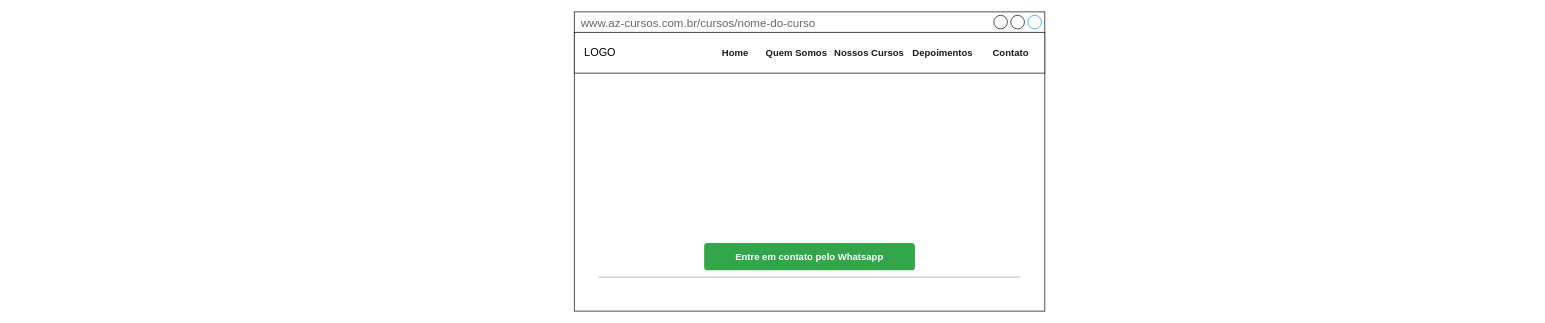
angelianosousa/web_money keeps this draw.io diagram as page "Page-4" (4 of 4) of Untitled Diagram.drawio. Above is the earlier version. Source tidied: cells renumbered, new cells numbered last; positions are measured from the earlier drawing's top-left corner, leaving out a move shared by most shapes. Both pictures are drawn from the tidied source at 68%, with x=0, y=0 at pixel (574, 12).
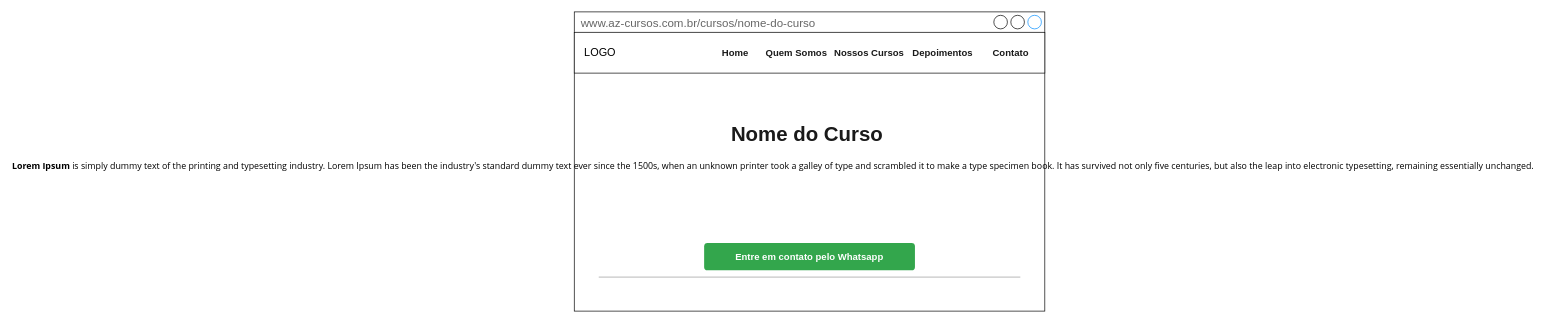
After the change.

Commit message:
Mockup AzCursos

What changed in the source:
```diff
@@
 <mxGraphModel>
   <root>
     <mxCell id="0" />
     <mxCell id="1" parent="0" />
     <mxCell id="2" value="www.az-cursos.com.br/cursos/nome-do-curso" style="strokeWidth=1;shadow=0;dashed=0;align=center;html=1;shape=mxgraph.mockup.containers.window;align=left;verticalAlign=top;spacingLeft=8;strokeColor2=#008cff;strokeColor3=#c4c4c4;fontColor=#666666;mainText=;fontSize=17;labelBackgroundColor=none;" parent="1" vertex="1">
       <mxGeometry width="692" height="440" as="geometry" />
     </mxCell>
     <mxCell id="3" style="verticalLabelPosition=bottom;shadow=0;dashed=0;align=center;html=1;verticalAlign=top;strokeWidth=1;shape=mxgraph.mockup.markup.line;strokeColor=#999999;" parent="1" vertex="1">
       <mxGeometry x="36" y="380" width="620" height="20" as="geometry" />
     </mxCell>
     <mxCell id="4" value="Entre em contato pelo Whatsapp" style="html=1;shadow=0;dashed=0;shape=mxgraph.bootstrap.rrect;rSize=5;strokeColor=none;strokeWidth=1;fillColor=#33A64C;fontColor=#FFFFFF;whiteSpace=wrap;align=center;verticalAlign=middle;spacingLeft=0;fontStyle=1;fontSize=14;spacing=5;" parent="1" vertex="1">
       <mxGeometry x="191" y="340" width="310" height="40" as="geometry" />
     </mxCell>
     <mxCell id="5" value="LOGO" style="html=1;shadow=0;dashed=0;fontSize=16;align=left;spacing=15;" parent="1" vertex="1">
       <mxGeometry y="30" width="692" height="60" as="geometry" />
     </mxCell>
     <mxCell id="6" value="Home" style="fillColor=none;strokeColor=none;fontSize=14;fontColor=#1A1A1A;align=center;fontStyle=1;" parent="5" vertex="1">
       <mxGeometry width="70" height="40" relative="1" as="geometry">
         <mxPoint x="202" y="10" as="offset" />
       </mxGeometry>
     </mxCell>
     <mxCell id="7" value="Depoimentos" style="fillColor=none;strokeColor=none;fontSize=14;fontColor=#1A1A1A;align=center;fontStyle=1;" parent="5" vertex="1">
       <mxGeometry width="100" height="40" relative="1" as="geometry">
         <mxPoint x="492" y="10" as="offset" />
       </mxGeometry>
     </mxCell>
     <mxCell id="8" value="Quem Somos" style="fillColor=none;strokeColor=none;fontSize=14;fontColor=#1A1A1A;align=center;spacingRight=0;fontStyle=1;" parent="5" vertex="1">
       <mxGeometry width="90" height="40" relative="1" as="geometry">
         <mxPoint x="282" y="10" as="offset" />
       </mxGeometry>
     </mxCell>
     <mxCell id="9" value="Contato" style="fillColor=none;strokeColor=none;fontSize=14;fontColor=#1A1A1A;align=center;fontStyle=1;" parent="5" vertex="1">
       <mxGeometry width="80" height="40" relative="1" as="geometry">
         <mxPoint x="602" y="10" as="offset" />
       </mxGeometry>
     </mxCell>
     <mxCell id="10" value="Nossos Cursos" style="fillColor=none;strokeColor=none;fontSize=14;fontColor=#1A1A1A;align=center;spacingRight=0;fontStyle=1;" parent="5" vertex="1">
       <mxGeometry x="382" y="10" width="103.8" height="40" as="geometry" />
     </mxCell>
+    <mxCell id="11" value="&lt;b style=&quot;font-size: 30px;&quot;&gt;Nome do Curso&lt;/b&gt;" style="text;html=1;align=center;verticalAlign=middle;fillColor=none;strokeColor=none;rounded=0;fontSize=30;fontColor=#1A1A1A;" parent="1" vertex="1">
+      <mxGeometry x="222" y="160" width="240" height="40" as="geometry" />
+    </mxCell>
+    <mxCell id="12" value="&lt;font style=&quot;font-size: 13px&quot;&gt;&lt;strong style=&quot;margin: 0px; padding: 0px; color: rgb(0, 0, 0); font-family: &amp;quot;open sans&amp;quot;, arial, sans-serif; text-align: justify;&quot;&gt;Lorem Ipsum&lt;/strong&gt;&lt;span style=&quot;color: rgb(0, 0, 0); font-family: &amp;quot;open sans&amp;quot;, arial, sans-serif; text-align: justify;&quot;&gt;&amp;nbsp;is simply dummy text of the printing and typesetting industry. Lorem Ipsum has been the industry's standard dummy text ever since the 1500s, when an unknown printer took a galley of type and scrambled it to make a type specimen book. It has survived not only five centuries, but also the leap into electronic typesetting, remaining essentially unchanged.&lt;/span&gt;&lt;/font&gt;" style="text;html=1;align=center;verticalAlign=middle;rounded=0;fontSize=30;horizontal=1;labelBackgroundColor=none;shadow=0;" parent="1" vertex="1">
+      <mxGeometry x="-778" y="195" width="2140" height="50" as="geometry" />
+    </mxCell>
   </root>
 </mxGraphModel>
```
